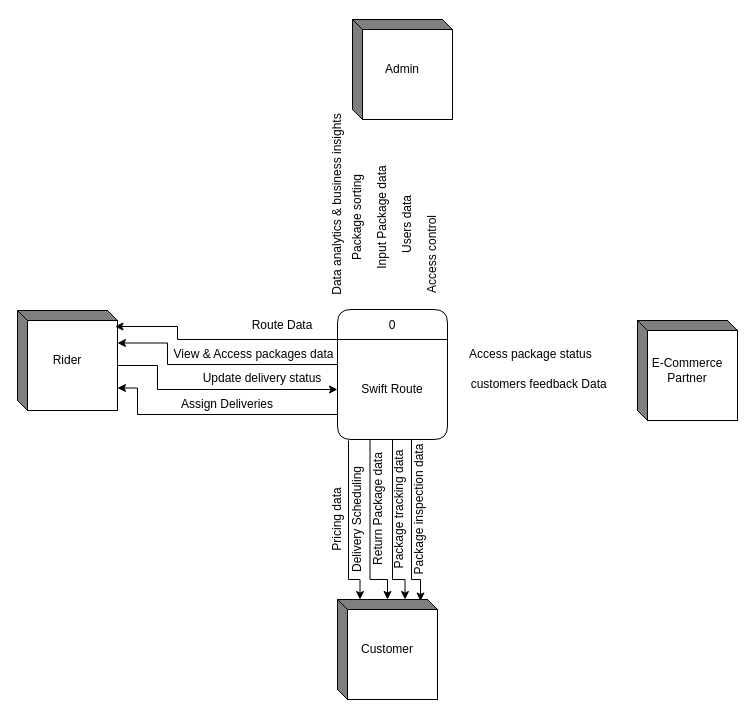
Before: page "Page-17" (17 of 26) of Activity Diagram UC-1.drawio in IamSaqibJaved/Diagrams, a draw.io diagram. Source tidied: cells renumbered, new cells numbered last; positions are measured from the earlier drawing's top-left corner, leaving out a move shared by most shapes. Both pictures are drawn from the tidied source at 100%, with x=0, y=0 at pixel (17, 19).
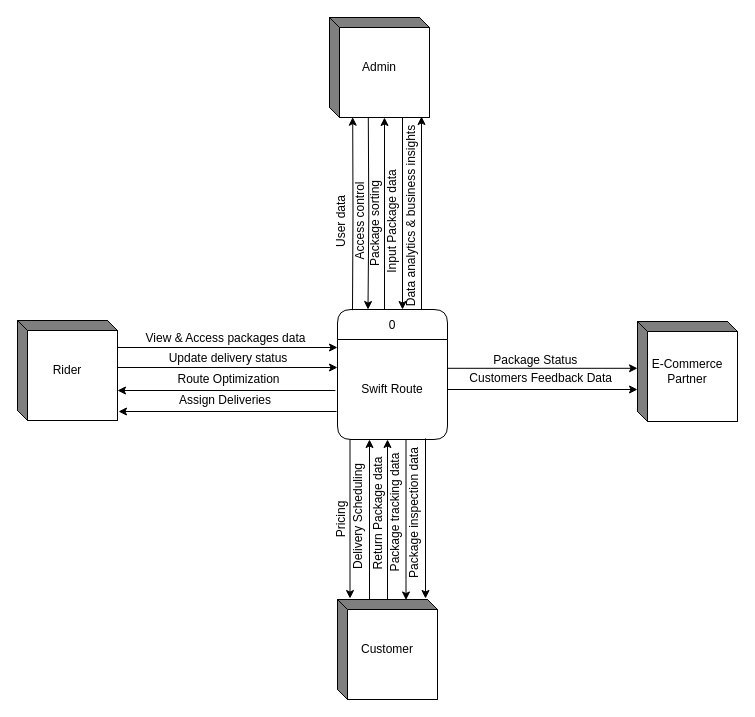
The same page after the edit.

The change refers to these unchanged cells:
```xml
<mxCell id="3" value="Swift Route" style="text;html=1;align=center;verticalAlign=middle;whiteSpace=wrap;rounded=0;" parent="2" vertex="1">
  <mxGeometry y="30" width="110" height="100" as="geometry" />
</mxCell>
<mxCell id="4" value="Customer" style="html=1;dashed=0;whiteSpace=wrap;shape=mxgraph.dfd.externalEntity;strokeColor=#000000;" parent="1" vertex="1">
  <mxGeometry x="320" y="580" width="100" height="100" as="geometry" />
</mxCell>
```

Diff of the diagram source:
```diff
@@
     <mxCell id="5" value="Rider" style="html=1;dashed=0;whiteSpace=wrap;shape=mxgraph.dfd.externalEntity;" parent="1" vertex="1">
-      <mxGeometry y="291" width="100" height="100" as="geometry" />
+      <mxGeometry y="301" width="100" height="100" as="geometry" />
     </mxCell>
     <mxCell id="6" value="E-Commerce Partner" style="html=1;dashed=0;whiteSpace=wrap;shape=mxgraph.dfd.externalEntity;" parent="1" vertex="1">
-      <mxGeometry x="620" y="301" width="100" height="100" as="geometry" />
+      <mxGeometry x="620" y="302" width="100" height="100" as="geometry" />
     </mxCell>
     <mxCell id="7" value="Admin" style="html=1;dashed=0;whiteSpace=wrap;shape=mxgraph.dfd.externalEntity;" parent="1" vertex="1">
-      <mxGeometry x="335" width="100" height="100" as="geometry" />
+      <mxGeometry x="312" y="-2" width="100" height="100" as="geometry" />
     </mxCell>
     <mxCell id="8" value="Update delivery status" style="text;html=1;align=center;verticalAlign=middle;whiteSpace=wrap;rounded=0;" parent="1" vertex="1">
-      <mxGeometry x="180" y="344" width="130" height="30" as="geometry" />
+      <mxGeometry x="146" y="324" width="130" height="30" as="geometry" />
     </mxCell>
@@
     <mxCell id="10" value="Assign Deliveries" style="text;html=1;align=center;verticalAlign=middle;whiteSpace=wrap;rounded=0;rotation=0;" parent="1" vertex="1">
-      <mxGeometry x="155" y="370" width="110" height="30" as="geometry" />
+      <mxGeometry x="153.2" y="366" width="110" height="30" as="geometry" />
     </mxCell>
     <mxCell id="11" value="View &amp;amp; Access packages data" style="text;html=1;align=center;verticalAlign=middle;whiteSpace=wrap;rounded=0;" parent="1" vertex="1">
-      <mxGeometry x="155" y="320" width="162.5" height="30" as="geometry" />
+      <mxGeometry x="127" y="304" width="162.5" height="30" as="geometry" />
     </mxCell>
-    <mxCell id="12" value="Access package status&amp;nbsp;" style="text;html=1;align=center;verticalAlign=middle;whiteSpace=wrap;rounded=0;" parent="1" vertex="1">
-      <mxGeometry x="450" y="320" width="130" height="30" as="geometry" />
+    <mxCell id="12" value="Package Status&amp;nbsp;" style="text;html=1;align=center;verticalAlign=middle;whiteSpace=wrap;rounded=0;" parent="1" vertex="1">
+      <mxGeometry x="455" y="326" width="130" height="30" as="geometry" />
     </mxCell>
-    <mxCell id="13" value="&amp;nbsp;customers feedback Data" style="text;html=1;align=center;verticalAlign=middle;whiteSpace=wrap;rounded=0;" parent="1" vertex="1">
-      <mxGeometry x="440" y="350" width="160" height="30" as="geometry" />
+    <mxCell id="13" value="&amp;nbsp;Customers Feedback Data" style="text;html=1;align=center;verticalAlign=middle;whiteSpace=wrap;rounded=0;" parent="1" vertex="1">
+      <mxGeometry x="442" y="344" width="160" height="30" as="geometry" />
     </mxCell>
     <mxCell id="14" value="Access control" style="text;html=1;align=center;verticalAlign=middle;whiteSpace=wrap;rounded=0;rotation=-90;" parent="1" vertex="1">
-      <mxGeometry x="360" y="220" width="110" height="30" as="geometry" />
+      <mxGeometry x="287.5" y="187" width="110" height="30" as="geometry" />
     </mxCell>
-    <mxCell id="15" value="Users data" style="text;html=1;align=center;verticalAlign=middle;whiteSpace=wrap;rounded=0;rotation=-90;" parent="1" vertex="1">
-      <mxGeometry x="335" y="190" width="110" height="30" as="geometry" />
+    <mxCell id="15" value="User data" style="text;html=1;align=center;verticalAlign=middle;whiteSpace=wrap;rounded=0;rotation=-90;" parent="1" vertex="1">
+      <mxGeometry x="269" y="187" width="110" height="30" as="geometry" />
     </mxCell>
     <mxCell id="16" value="Input Package data" style="text;html=1;align=center;verticalAlign=middle;whiteSpace=wrap;rounded=0;rotation=-90;" parent="1" vertex="1">
-      <mxGeometry x="310" y="183" width="110" height="30" as="geometry" />
+      <mxGeometry x="320" y="187" width="110" height="30" as="geometry" />
     </mxCell>
     <mxCell id="17" value="Package sorting" style="text;html=1;align=center;verticalAlign=middle;whiteSpace=wrap;rounded=0;rotation=-90;" parent="1" vertex="1">
-      <mxGeometry x="285" y="183" width="110" height="30" as="geometry" />
+      <mxGeometry x="303" y="189" width="110" height="30" as="geometry" />
     </mxCell>
     <mxCell id="18" value="Data analytics &amp;amp; business insights" style="text;html=1;align=center;verticalAlign=middle;whiteSpace=wrap;rounded=0;rotation=-90;" parent="1" vertex="1">
-      <mxGeometry x="200" y="170" width="240" height="30" as="geometry" />
+      <mxGeometry x="273.5" y="182" width="240" height="30" as="geometry" />
     </mxCell>
     <mxCell id="19" value="Package inspection data" style="text;html=1;align=center;verticalAlign=middle;whiteSpace=wrap;rounded=0;rotation=-90;" parent="1" vertex="1">
-      <mxGeometry x="329" y="475" width="145" height="30" as="geometry" />
+      <mxGeometry x="324.5" y="479" width="145" height="30" as="geometry" />
     </mxCell>
     <mxCell id="20" value="Package tracking data" style="text;html=1;align=center;verticalAlign=middle;whiteSpace=wrap;rounded=0;rotation=-90;" parent="1" vertex="1">
-      <mxGeometry x="317" y="475" width="130" height="30" as="geometry" />
+      <mxGeometry x="313" y="478" width="130" height="30" as="geometry" />
     </mxCell>
     <mxCell id="21" value="Delivery Scheduling" style="text;html=1;align=center;verticalAlign=middle;whiteSpace=wrap;rounded=0;rotation=-90;" parent="1" vertex="1">
-      <mxGeometry x="285" y="485" width="110" height="30" as="geometry" />
+      <mxGeometry x="286" y="482" width="110" height="30" as="geometry" />
     </mxCell>
     <mxCell id="22" value="Return Package data" style="text;html=1;align=center;verticalAlign=middle;whiteSpace=wrap;rounded=0;rotation=-90;" parent="1" vertex="1">
-      <mxGeometry x="298.5" y="475" width="125" height="30" as="geometry" />
+      <mxGeometry x="298" y="479" width="125" height="30" as="geometry" />
     </mxCell>
-    <mxCell id="23" value="Pricing data" style="text;html=1;align=center;verticalAlign=middle;whiteSpace=wrap;rounded=0;rotation=-90;" parent="1" vertex="1">
-      <mxGeometry x="265" y="485" width="110" height="30" as="geometry" />
+    <mxCell id="23" value="Pricing" style="text;html=1;align=center;verticalAlign=middle;whiteSpace=wrap;rounded=0;rotation=-90;" parent="1" vertex="1">
+      <mxGeometry x="269" y="485" width="110" height="30" as="geometry" />
     </mxCell>
-    <mxCell id="24" value="Route Data" style="text;html=1;align=center;verticalAlign=middle;whiteSpace=wrap;rounded=0;" parent="1" vertex="1">
-      <mxGeometry x="210" y="291" width="110" height="30" as="geometry" />
-    </mxCell>
-    <mxCell id="25" style="edgeStyle=orthogonalEdgeStyle;rounded=0;jettySize=auto;html=1;exitX=0;exitY=0.25;exitDx=0;exitDy=0;entryX=0;entryY=0;entryDx=100;entryDy=32.5;entryPerimeter=0;" parent="1" edge="1" source="3" target="5">
+    <mxCell id="25" style="edgeStyle=orthogonalEdgeStyle;rounded=0;orthogonalLoop=1;jettySize=auto;html=1;exitX=0;exitY=0.25;exitDx=0;exitDy=0;" parent="1" edge="1">
       <mxGeometry relative="1" as="geometry">
+        <mxPoint x="100" y="328" as="sourcePoint" />
+        <mxPoint x="320" y="328" as="targetPoint" />
         <Array as="points">
-          <mxPoint x="150" y="345" />
-          <mxPoint x="150" y="323" />
+          <mxPoint x="100" y="328" />
+          <mxPoint x="320" y="328" />
         </Array>
       </mxGeometry>
     </mxCell>
-    <mxCell id="26" style="edgeStyle=orthogonalEdgeStyle;rounded=0;jettySize=auto;html=1;exitX=0;exitY=0.75;exitDx=0;exitDy=0;entryX=0;entryY=0;entryDx=100;entryDy=77.5;entryPerimeter=0;" parent="1" edge="1" source="3" target="5">
+    <mxCell id="26" style="edgeStyle=orthogonalEdgeStyle;rounded=0;orthogonalLoop=1;jettySize=auto;html=1;exitX=0;exitY=0.75;exitDx=0;exitDy=0;" parent="1" edge="1">
       <mxGeometry relative="1" as="geometry">
+        <mxPoint x="100" y="348" as="sourcePoint" />
+        <mxPoint x="320" y="348" as="targetPoint" />
         <Array as="points">
-          <mxPoint x="120" y="395" />
-          <mxPoint x="120" y="369" />
+          <mxPoint x="320" y="348" />
         </Array>
       </mxGeometry>
     </mxCell>
-    <mxCell id="27" style="edgeStyle=orthogonalEdgeStyle;rounded=0;jettySize=auto;html=1;exitX=0;exitY=0;exitDx=0;exitDy=0;entryX=0.975;entryY=0.16;entryDx=0;entryDy=0;entryPerimeter=0;" parent="1" edge="1" source="3" target="5">
-      <mxGeometry relative="1" as="geometry">
-        <Array as="points">
-          <mxPoint x="160" y="320" />
-          <mxPoint x="160" y="307" />
-        </Array>
-      </mxGeometry>
-    </mxCell>
-    <mxCell id="28" style="edgeStyle=orthogonalEdgeStyle;rounded=0;orthogonalLoop=1;jettySize=auto;html=1;exitX=0.25;exitY=1;exitDx=0;exitDy=0;entryX=0;entryY=0;entryDx=45;entryDy=0;entryPerimeter=0;" parent="1" edge="1">
+    <mxCell id="28" style="edgeStyle=orthogonalEdgeStyle;rounded=0;orthogonalLoop=1;jettySize=auto;html=1;exitX=0.25;exitY=1;exitDx=0;exitDy=0;" parent="1" edge="1">
       <mxGeometry relative="1" as="geometry">
-        <mxPoint x="352.5" y="420" as="sourcePoint" />
-        <mxPoint x="370" y="580" as="targetPoint" />
+        <mxPoint x="352" y="580" as="sourcePoint" />
+        <mxPoint x="352" y="420" as="targetPoint" />
         <Array as="points">
-          <mxPoint x="353" y="560" />
-          <mxPoint x="370" y="560" />
+          <mxPoint x="352" y="420" />
         </Array>
       </mxGeometry>
     </mxCell>
-    <mxCell id="29" style="edgeStyle=orthogonalEdgeStyle;rounded=0;jettySize=auto;html=1;exitX=0.5;exitY=1;exitDx=0;exitDy=0;entryX=0;entryY=0;entryDx=67.5;entryDy=0;entryPerimeter=0;" parent="1" edge="1" source="3" target="4">
+    <mxCell id="29" style="edgeStyle=orthogonalEdgeStyle;rounded=0;orthogonalLoop=1;jettySize=auto;html=1;exitX=0.5;exitY=1;exitDx=0;exitDy=0;" parent="1" edge="1">
       <mxGeometry relative="1" as="geometry">
+        <mxPoint x="370" y="580" as="sourcePoint" />
+        <mxPoint x="370" y="420" as="targetPoint" />
         <Array as="points">
-          <mxPoint x="375" y="560" />
-          <mxPoint x="388" y="560" />
+          <mxPoint x="370" y="580" />
+          <mxPoint x="370" y="420" />
         </Array>
       </mxGeometry>
     </mxCell>
-    <mxCell id="30" style="edgeStyle=orthogonalEdgeStyle;rounded=0;jettySize=auto;html=1;exitX=0.1;exitY=1.01;exitDx=0;exitDy=0;entryX=0;entryY=0;entryDx=22.5;entryDy=0;entryPerimeter=0;exitPerimeter=0;" parent="1" edge="1" source="3" target="4">
+    <mxCell id="30" style="edgeStyle=orthogonalEdgeStyle;rounded=0;orthogonalLoop=1;jettySize=auto;html=1;" parent="1" edge="1">
       <mxGeometry relative="1" as="geometry">
+        <mxPoint x="332.5" y="420" as="sourcePoint" />
+        <mxPoint x="332.5" y="579" as="targetPoint" />
         <Array as="points">
-          <mxPoint x="331" y="560" />
-          <mxPoint x="343" y="560" />
+          <mxPoint x="332.5" y="420" />
+          <mxPoint x="332.5" y="579" />
         </Array>
       </mxGeometry>
     </mxCell>
-    <mxCell id="31" style="edgeStyle=orthogonalEdgeStyle;rounded=0;orthogonalLoop=1;jettySize=auto;html=1;exitX=0.75;exitY=1;exitDx=0;exitDy=0;entryX=0.79;entryY=0.015;entryDx=0;entryDy=0;entryPerimeter=0;" parent="1" edge="1">
+    <mxCell id="31" style="edgeStyle=orthogonalEdgeStyle;rounded=0;orthogonalLoop=1;jettySize=auto;html=1;exitX=0.75;exitY=1;exitDx=0;exitDy=0;entryX=0.865;entryY=0.005;entryDx=0;entryDy=0;entryPerimeter=0;" parent="1" edge="1">
       <mxGeometry relative="1" as="geometry">
-        <mxPoint x="406.5" y="420" as="sourcePoint" />
-        <mxPoint x="403" y="581.5" as="targetPoint" />
+        <mxPoint x="388.5" y="420" as="sourcePoint" />
+        <mxPoint x="388.5" y="580.5" as="targetPoint" />
         <Array as="points">
-          <mxPoint x="394" y="420" />
-          <mxPoint x="394" y="560" />
-          <mxPoint x="403" y="560" />
+          <mxPoint x="389" y="560" />
+          <mxPoint x="388" y="560" />
+          <mxPoint x="388" y="581" />
         </Array>
       </mxGeometry>
     </mxCell>
-    <mxCell id="32" style="edgeStyle=orthogonalEdgeStyle;rounded=0;jettySize=auto;html=1;exitX=0;exitY=0;exitDx=100;exitDy=55;entryX=0;entryY=0.5;entryDx=0;entryDy=0;exitPerimeter=0;" parent="1" edge="1" source="5" target="3">
-      <mxGeometry relative="1" as="geometry">
-        <Array as="points">
-          <mxPoint x="140" y="346" />
-          <mxPoint x="140" y="370" />
-        </Array>
-      </mxGeometry>
-    </mxCell>
+    <mxCell id="33" value="Route Optimization" style="text;html=1;align=center;verticalAlign=middle;strokeColor=none;fillColor=none;" parent="1" vertex="1">
+      <mxGeometry x="146" y="345" width="130" height="30" as="geometry" />
+    </mxCell>
+    <mxCell id="34" style="edgeStyle=orthogonalEdgeStyle;rounded=0;orthogonalLoop=1;jettySize=auto;html=1;" parent="1" edge="1">
+      <mxGeometry relative="1" as="geometry">
+        <mxPoint x="317.9" y="371" as="sourcePoint" />
+        <mxPoint x="100" y="371" as="targetPoint" />
+        <Array as="points">
+          <mxPoint x="99.9" y="371" />
+        </Array>
+      </mxGeometry>
+    </mxCell>
+    <mxCell id="35" style="edgeStyle=orthogonalEdgeStyle;rounded=0;orthogonalLoop=1;jettySize=auto;html=1;" parent="1" edge="1">
+      <mxGeometry relative="1" as="geometry">
+        <mxPoint x="319" y="392" as="sourcePoint" />
+        <mxPoint x="101" y="392" as="targetPoint" />
+        <Array as="points">
+          <mxPoint x="100.9" y="392" />
+        </Array>
+      </mxGeometry>
+    </mxCell>
+    <mxCell id="36" style="edgeStyle=orthogonalEdgeStyle;rounded=0;orthogonalLoop=1;jettySize=auto;html=1;exitX=1;exitY=0.75;exitDx=0;exitDy=0;entryX=0;entryY=0.74;entryDx=0;entryDy=0;entryPerimeter=0;" parent="1" edge="1">
+      <mxGeometry relative="1" as="geometry">
+        <mxPoint x="430" y="348.8" as="sourcePoint" />
+        <mxPoint x="620" y="348.8" as="targetPoint" />
+      </mxGeometry>
+    </mxCell>
+    <mxCell id="37" style="edgeStyle=orthogonalEdgeStyle;rounded=0;orthogonalLoop=1;jettySize=auto;html=1;exitX=1;exitY=0.25;exitDx=0;exitDy=0;" parent="1" edge="1">
+      <mxGeometry relative="1" as="geometry">
+        <mxPoint x="430" y="370" as="sourcePoint" />
+        <mxPoint x="620" y="370" as="targetPoint" />
+        <Array as="points">
+          <mxPoint x="620" y="370" />
+        </Array>
+      </mxGeometry>
+    </mxCell>
+    <mxCell id="38" style="edgeStyle=orthogonalEdgeStyle;rounded=0;jettySize=auto;html=1;exitX=0.729;exitY=1.002;exitDx=0;exitDy=0;exitPerimeter=0;" parent="1" edge="1" source="7">
+      <mxGeometry relative="1" as="geometry">
+        <mxPoint x="385" y="290" as="targetPoint" />
+        <Array as="points">
+          <mxPoint x="385" y="290" />
+        </Array>
+      </mxGeometry>
+    </mxCell>
+    <mxCell id="39" style="edgeStyle=orthogonalEdgeStyle;rounded=0;jettySize=auto;html=1;exitX=0.5;exitY=0;exitDx=0;exitDy=0;entryX=0;entryY=0;entryDx=55;entryDy=100;entryPerimeter=0;" parent="1" edge="1" target="7">
+      <mxGeometry relative="1" as="geometry">
+        <mxPoint x="363.5" y="290" as="sourcePoint" />
+        <Array as="points">
+          <mxPoint x="367" y="290" />
+        </Array>
+      </mxGeometry>
+    </mxCell>
+    <mxCell id="40" style="edgeStyle=orthogonalEdgeStyle;rounded=0;orthogonalLoop=1;jettySize=auto;html=1;exitX=0.25;exitY=0;exitDx=0;exitDy=0;entryX=0.248;entryY=0.983;entryDx=0;entryDy=0;entryPerimeter=0;" parent="1" edge="1">
+      <mxGeometry relative="1" as="geometry">
+        <mxPoint x="350.8" y="98.3" as="sourcePoint" />
+        <mxPoint x="350.5" y="290" as="targetPoint" />
+      </mxGeometry>
+    </mxCell>
+    <mxCell id="41" style="edgeStyle=orthogonalEdgeStyle;rounded=0;jettySize=auto;html=1;exitX=0.25;exitY=0;exitDx=0;exitDy=0;entryX=0.232;entryY=0.997;entryDx=0;entryDy=0;entryPerimeter=0;" parent="1" edge="1" target="7">
+      <mxGeometry relative="1" as="geometry">
+        <mxPoint x="335" y="290.7" as="sourcePoint" />
+      </mxGeometry>
+    </mxCell>
+    <mxCell id="42" style="edgeStyle=orthogonalEdgeStyle;rounded=0;orthogonalLoop=1;jettySize=auto;html=1;" parent="1" edge="1">
+      <mxGeometry relative="1" as="geometry">
+        <mxPoint x="404" y="290" as="sourcePoint" />
+        <mxPoint x="404" y="97" as="targetPoint" />
+        <Array as="points">
+          <mxPoint x="401" y="290" />
+          <mxPoint x="404" y="290" />
+        </Array>
+      </mxGeometry>
+    </mxCell>
+    <mxCell id="43" style="edgeStyle=orthogonalEdgeStyle;rounded=0;orthogonalLoop=1;jettySize=auto;html=1;exitX=0.25;exitY=1;exitDx=0;exitDy=0;" parent="1" edge="1">
+      <mxGeometry relative="1" as="geometry">
+        <mxPoint x="408" y="419" as="sourcePoint" />
+        <mxPoint x="408" y="579" as="targetPoint" />
+        <Array as="points">
+          <mxPoint x="408" y="419" />
+        </Array>
+      </mxGeometry>
+    </mxCell>
```
